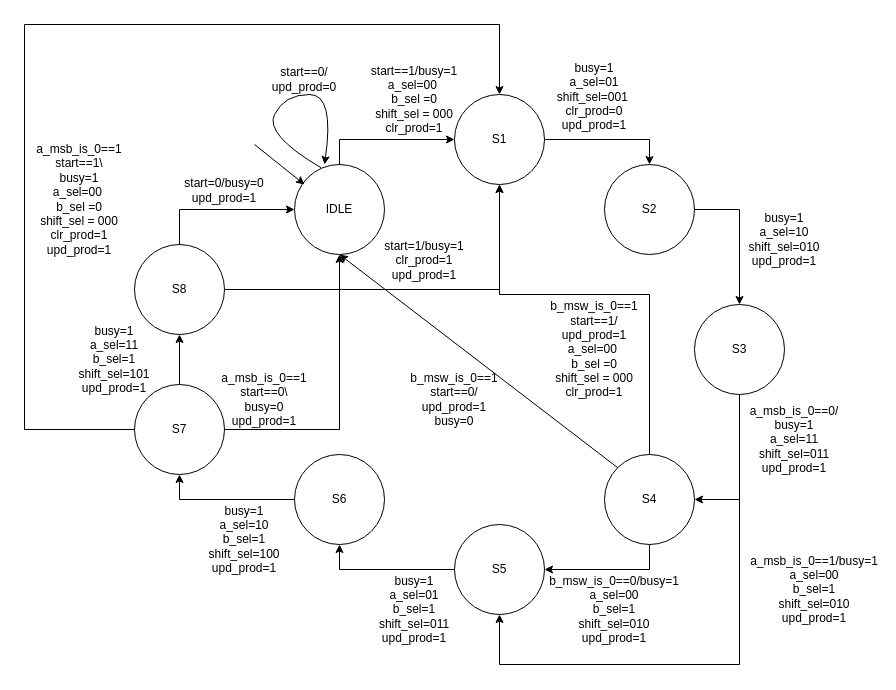
This is page "Copy of Page-1" (2 of 2) of Untitled Diagram.drawio from lioriky6/lioriky6, a draw.io file, before an edit. Source tidied: cells renumbered, new cells numbered last; positions are measured from the earlier drawing's top-left corner, leaving out a move shared by most shapes. Both pictures are drawn from the tidied source at 100%, with x=0, y=0 at pixel (24, 24).
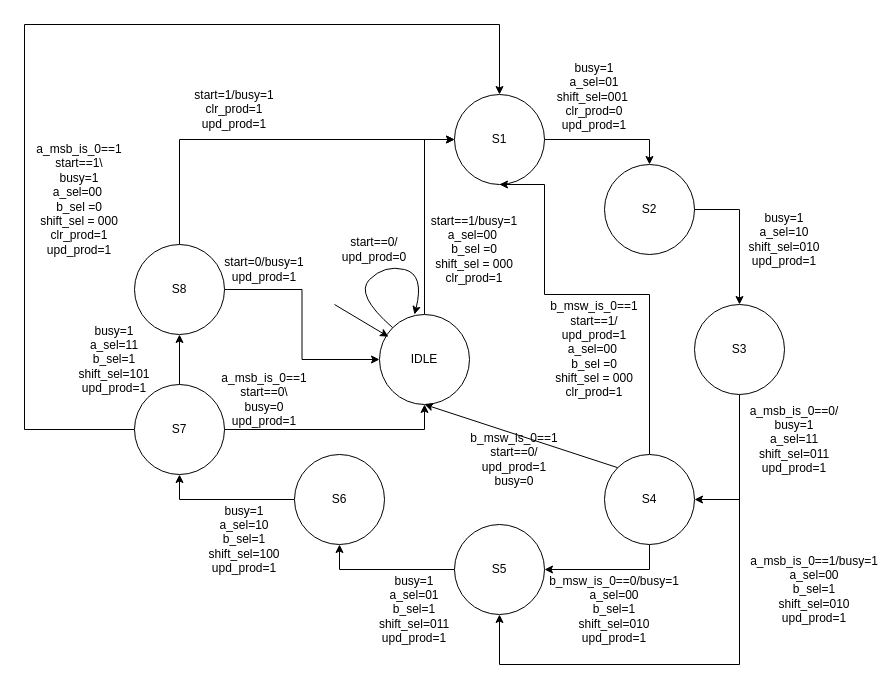
The same diagram, later.

The change refers to these unchanged cells:
```xml
<mxCell id="5" value="S1" style="ellipse;whiteSpace=wrap;html=1;" parent="1" vertex="1">
  <mxGeometry x="430" y="70" width="90" height="90" as="geometry" />
</mxCell>
<mxCell id="14" value="S4" style="ellipse;whiteSpace=wrap;html=1;" parent="1" vertex="1">
  <mxGeometry x="580" y="430" width="90" height="90" as="geometry" />
</mxCell>
<mxCell id="17" value="S8" style="ellipse;whiteSpace=wrap;html=1;" parent="1" vertex="1">
  <mxGeometry x="110" y="220" width="90" height="90" as="geometry" />
</mxCell>
```

What changed in the source:
```diff
@@
     <mxCell id="3" value="IDLE" style="ellipse;whiteSpace=wrap;html=1;" parent="1" vertex="1">
-      <mxGeometry x="270" y="140" width="90" height="90" as="geometry" />
+      <mxGeometry x="355" y="290" width="90" height="90" as="geometry" />
     </mxCell>
@@
     <mxCell id="13" style="edgeStyle=orthogonalEdgeStyle;rounded=0;jettySize=auto;html=1;exitX=0.5;exitY=0;exitDx=0;exitDy=0;entryX=0.5;entryY=1;entryDx=0;entryDy=0;" parent="1" edge="1" source="14" target="5">
       <mxGeometry relative="1" as="geometry">
         <Array as="points">
           <mxPoint x="625" y="270" />
-          <mxPoint x="475" y="270" />
+          <mxPoint x="520" y="270" />
+          <mxPoint x="520" y="160" />
         </Array>
       </mxGeometry>
     </mxCell>
@@
-    <mxCell id="15" style="edgeStyle=orthogonalEdgeStyle;rounded=0;jettySize=auto;html=1;exitX=0.5;exitY=0;exitDx=0;exitDy=0;entryX=0;entryY=0.5;entryDx=0;entryDy=0;" parent="1" edge="1" source="17" target="3">
+    <mxCell id="15" style="edgeStyle=orthogonalEdgeStyle;rounded=0;jettySize=auto;html=1;exitX=1;exitY=0.5;exitDx=0;exitDy=0;entryX=0;entryY=0.5;entryDx=0;entryDy=0;" parent="1" edge="1" source="17" target="3">
       <mxGeometry relative="1" as="geometry" />
     </mxCell>
-    <mxCell id="16" style="edgeStyle=orthogonalEdgeStyle;rounded=0;jettySize=auto;html=1;exitX=1;exitY=0.5;exitDx=0;exitDy=0;entryX=0.5;entryY=1;entryDx=0;entryDy=0;" parent="1" edge="1" source="17" target="5">
+    <mxCell id="16" style="edgeStyle=orthogonalEdgeStyle;rounded=0;jettySize=auto;html=1;exitX=0.5;exitY=0;exitDx=0;exitDy=0;entryX=0;entryY=0.5;entryDx=0;entryDy=0;" parent="1" edge="1" source="17" target="5">
       <mxGeometry relative="1" as="geometry" />
     </mxCell>
@@
-    <mxCell id="25" style="endArrow=classic;html=1;rounded=0;" parent="1" edge="1">
+    <mxCell id="25" style="endArrow=classic;html=1;rounded=0;entryX=0.1;entryY=0.247;entryDx=0;entryDy=0;entryPerimeter=0;" parent="1" edge="1" target="3">
       <mxGeometry relative="1" as="geometry">
-        <mxPoint x="230" y="120" as="sourcePoint" />
-        <mxPoint x="280" y="160" as="targetPoint" />
+        <mxPoint x="310" y="280" as="sourcePoint" />
       </mxGeometry>
     </mxCell>
-    <mxCell id="26" value="start=0/busy=0&lt;div&gt;upd_prod=1&lt;/div&gt;" style="text;html=1;align=center;verticalAlign=middle;whiteSpace=wrap;rounded=0;" parent="1" vertex="1">
-      <mxGeometry x="170" y="151" width="60" height="30" as="geometry" />
+    <mxCell id="26" value="start=0/busy=1&lt;div&gt;upd_prod=1&lt;/div&gt;" style="text;html=1;align=center;verticalAlign=middle;whiteSpace=wrap;rounded=0;" parent="1" vertex="1">
+      <mxGeometry x="210" y="230" width="60" height="30" as="geometry" />
     </mxCell>
     <mxCell id="27" value="start==1/busy=1&lt;div&gt;a_sel=00&amp;nbsp;&lt;/div&gt;&lt;div&gt;&lt;span style=&quot;background-color: transparent; color: light-dark(rgb(0, 0, 0), rgb(255, 255, 255));&quot;&gt;b_sel =0&lt;/span&gt;&lt;/div&gt;&lt;div&gt;shift_sel = 000&lt;/div&gt;&lt;div&gt;clr_prod=1&lt;/div&gt;" style="text;html=1;align=center;verticalAlign=middle;whiteSpace=wrap;rounded=0;" parent="1" vertex="1">
-      <mxGeometry x="335" y="60" width="110" height="30" as="geometry" />
+      <mxGeometry x="395" y="210" width="110" height="30" as="geometry" />
     </mxCell>
@@
     <mxCell id="35" value="&lt;div&gt;&lt;span style=&quot;background-color: transparent; color: light-dark(rgb(0, 0, 0), rgb(255, 255, 255));&quot;&gt;start=1/busy=1&lt;/span&gt;&lt;/div&gt;&lt;div&gt;clr_prod=1&lt;/div&gt;&lt;div&gt;upd_prod=1&lt;/div&gt;" style="text;html=1;align=center;verticalAlign=middle;whiteSpace=wrap;rounded=0;" parent="1" vertex="1">
-      <mxGeometry x="370" y="221" width="60" height="30" as="geometry" />
+      <mxGeometry x="180" y="70" width="60" height="30" as="geometry" />
     </mxCell>
-    <mxCell id="36" style="curved=1;endArrow=classic;html=1;rounded=0;exitX=0.298;exitY=0.038;exitDx=0;exitDy=0;exitPerimeter=0;" parent="1" edge="1" source="3">
-      <mxGeometry relative="1" as="geometry">
-        <mxPoint x="300" y="140" as="targetPoint" />
-        <Array as="points">
-          <mxPoint x="240" y="110" />
-          <mxPoint x="260" y="70" />
-          <mxPoint x="310" y="70" />
-        </Array>
-      </mxGeometry>
-    </mxCell>
     <mxCell id="37" value="start==0/&lt;div&gt;upd_prod=0&lt;/div&gt;" style="text;html=1;align=center;verticalAlign=middle;whiteSpace=wrap;rounded=0;" parent="1" vertex="1">
-      <mxGeometry x="250" y="40" width="60" height="30" as="geometry" />
+      <mxGeometry x="320" y="210" width="60" height="30" as="geometry" />
     </mxCell>
@@
     <mxCell id="39" value="b_msw_is_0==1 start==0/&lt;div&gt;upd_prod=1&lt;/div&gt;&lt;div&gt;busy=0&lt;/div&gt;" style="text;html=1;align=center;verticalAlign=middle;whiteSpace=wrap;rounded=0;" parent="1" vertex="1">
-      <mxGeometry x="400" y="360" width="60" height="30" as="geometry" />
+      <mxGeometry x="460" y="420" width="60" height="30" as="geometry" />
     </mxCell>
@@
+    <mxCell id="44" style="curved=1;endArrow=classic;html=1;rounded=0;exitX=0;exitY=0;exitDx=0;exitDy=0;" parent="1" edge="1" source="3">
+      <mxGeometry relative="1" as="geometry">
+        <mxPoint x="390" y="290" as="targetPoint" />
+        <Array as="points">
+          <mxPoint x="330" y="270" />
+          <mxPoint x="360" y="240" />
+          <mxPoint x="400" y="250" />
+        </Array>
+      </mxGeometry>
+    </mxCell>
```
